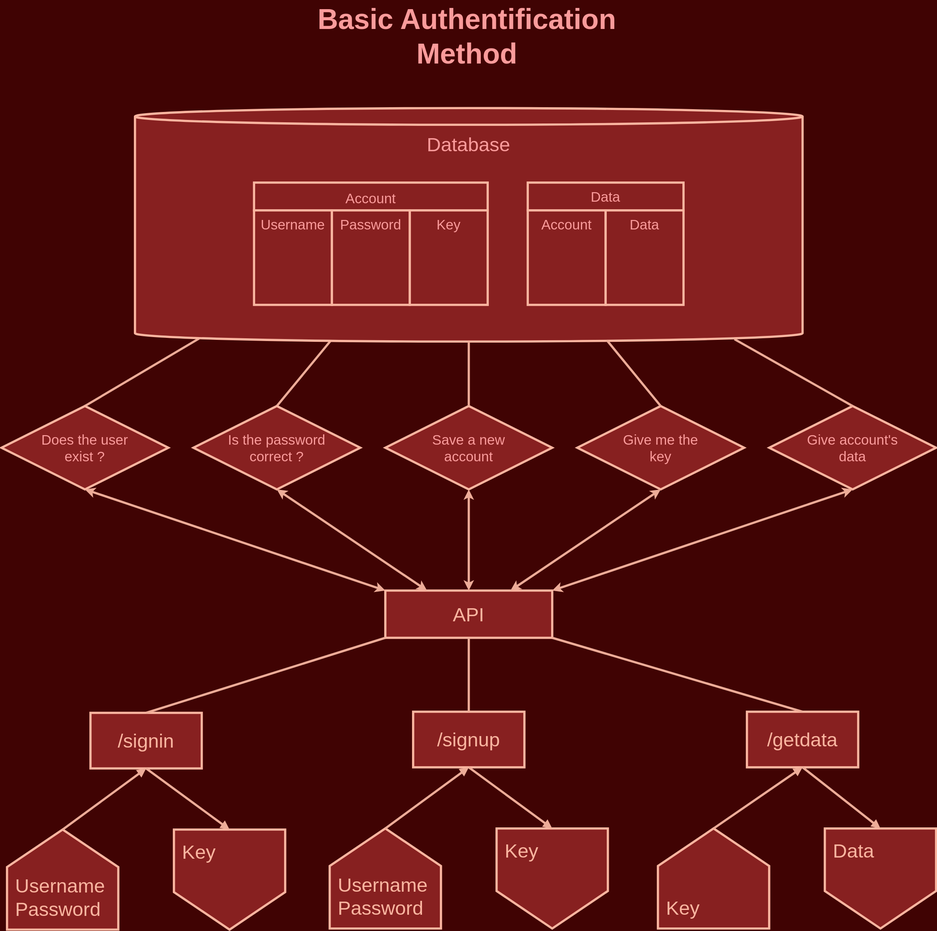
Earlier version of the draw.io export diagrams/basicauth.drawio.svg (HamzaM3/book-wishlist). Source tidied: cells renumbered, new cells last; positions are measured from the earlier drawing's top-left corner, leaving out a move shared by most shapes. Its diagram source:
```xml
<mxGraphModel background="#400303">
  <root>
    <mxCell id="0" />
    <mxCell id="1" parent="0" />
    <mxCell id="2" style="endArrow=none;html=1;rounded=0;fontSize=25;fontColor=#FA9B9B;exitX=0.5;exitY=0;exitDx=0;exitDy=0;strokeColor=#EDAC98;strokeWidth=4;entryX=0.293;entryY=0.997;entryDx=0;entryDy=0;entryPerimeter=0;" parent="1" edge="1" source="20" target="5">
      <mxGeometry relative="1" as="geometry" />
    </mxCell>
    <mxCell id="3" style="endArrow=none;html=1;rounded=0;fontSize=25;fontColor=#FA9B9B;exitX=0.5;exitY=0;exitDx=0;exitDy=0;strokeColor=#EDAC98;strokeWidth=4;entryX=0.096;entryY=0.987;entryDx=0;entryDy=0;entryPerimeter=0;" parent="1" edge="1" source="19" target="5">
      <mxGeometry relative="1" as="geometry" />
    </mxCell>
    <mxCell id="4" value="Basic Authentification Method" style="text;html=1;strokeColor=none;fillColor=none;align=center;verticalAlign=middle;whiteSpace=wrap;rounded=0;fontSize=51;fontColor=#FA9B9B;fontStyle=1;" parent="1" vertex="1">
      <mxGeometry x="502" width="670" height="130" as="geometry" />
    </mxCell>
    <mxCell id="5" style="shape=cylinder3;whiteSpace=wrap;html=1;boundedLbl=1;backgroundOutline=1;size=15;fontSize=51;fontColor=#FA9B9B;strokeColor=#FAB5A0;fillColor=#872020;strokeWidth=4;" parent="1" vertex="1">
      <mxGeometry x="240" y="194" width="1200" height="420" as="geometry" />
    </mxCell>
    <mxCell id="6" value="Database" style="text;html=1;strokeColor=none;fillColor=none;align=center;verticalAlign=middle;whiteSpace=wrap;rounded=0;fontSize=35;fontColor=#FA9B9B;" parent="1" vertex="1">
      <mxGeometry x="725" y="234" width="230" height="50" as="geometry" />
    </mxCell>
    <mxCell id="7" value="Data" style="rounded=0;whiteSpace=wrap;html=1;strokeColor=#FAB5A0;strokeWidth=4;fontSize=25;fontColor=#FA9B9B;fillColor=#872020;" parent="1" vertex="1">
      <mxGeometry x="946" y="328" width="280" height="50" as="geometry" />
    </mxCell>
    <mxCell id="8" style="rounded=0;whiteSpace=wrap;html=1;strokeColor=#FAB5A0;strokeWidth=4;fontSize=35;fontColor=#FA9B9B;fillColor=#872020;" parent="1" vertex="1">
      <mxGeometry x="946" y="378" width="140" height="170" as="geometry" />
    </mxCell>
    <mxCell id="9" style="rounded=0;whiteSpace=wrap;html=1;strokeColor=#FAB5A0;strokeWidth=4;fontSize=35;fontColor=#FA9B9B;fillColor=#872020;" parent="1" vertex="1">
      <mxGeometry x="1086" y="378" width="140" height="170" as="geometry" />
    </mxCell>
    <mxCell id="10" value="Account" style="text;html=1;strokeColor=none;fillColor=none;align=center;verticalAlign=middle;whiteSpace=wrap;rounded=0;fontSize=25;fontColor=#FA9B9B;" parent="1" vertex="1">
      <mxGeometry x="986" y="388" width="60" height="30" as="geometry" />
    </mxCell>
    <mxCell id="11" value="Data" style="text;html=1;strokeColor=none;fillColor=none;align=center;verticalAlign=middle;whiteSpace=wrap;rounded=0;fontSize=25;fontColor=#FA9B9B;" parent="1" vertex="1">
      <mxGeometry x="1126" y="388" width="60" height="30" as="geometry" />
    </mxCell>
    <mxCell id="12" value="&lt;font style=&quot;font-size: 25px;&quot;&gt;Account&lt;/font&gt;" style="rounded=0;whiteSpace=wrap;html=1;strokeColor=#FAB5A0;strokeWidth=4;fontSize=35;fontColor=#FA9B9B;fillColor=#872020;" parent="1" vertex="1">
      <mxGeometry x="454" y="328" width="420" height="50" as="geometry" />
    </mxCell>
    <mxCell id="13" style="rounded=0;whiteSpace=wrap;html=1;strokeColor=#FAB5A0;strokeWidth=4;fontSize=35;fontColor=#FA9B9B;fillColor=#872020;" parent="1" vertex="1">
      <mxGeometry x="454" y="378" width="140" height="170" as="geometry" />
    </mxCell>
    <mxCell id="14" style="rounded=0;whiteSpace=wrap;html=1;strokeColor=#FAB5A0;strokeWidth=4;fontSize=35;fontColor=#FA9B9B;fillColor=#872020;" parent="1" vertex="1">
      <mxGeometry x="594" y="378" width="140" height="170" as="geometry" />
    </mxCell>
    <mxCell id="15" style="rounded=0;whiteSpace=wrap;html=1;strokeColor=#FAB5A0;strokeWidth=4;fontSize=35;fontColor=#FA9B9B;fillColor=#872020;" parent="1" vertex="1">
      <mxGeometry x="734" y="378" width="140" height="170" as="geometry" />
    </mxCell>
    <mxCell id="16" value="Username" style="text;html=1;strokeColor=none;fillColor=none;align=center;verticalAlign=middle;whiteSpace=wrap;rounded=0;fontSize=25;fontColor=#FA9B9B;" parent="1" vertex="1">
      <mxGeometry x="494" y="388" width="60" height="30" as="geometry" />
    </mxCell>
    <mxCell id="17" value="Password" style="text;html=1;strokeColor=none;fillColor=none;align=center;verticalAlign=middle;whiteSpace=wrap;rounded=0;fontSize=25;fontColor=#FA9B9B;" parent="1" vertex="1">
      <mxGeometry x="634" y="388" width="60" height="30" as="geometry" />
    </mxCell>
    <mxCell id="18" value="Key" style="text;html=1;strokeColor=none;fillColor=none;align=center;verticalAlign=middle;whiteSpace=wrap;rounded=0;fontSize=25;fontColor=#FA9B9B;" parent="1" vertex="1">
      <mxGeometry x="774" y="388" width="60" height="30" as="geometry" />
    </mxCell>
    <mxCell id="19" value="&lt;div&gt;Does the user&lt;/div&gt;&lt;div&gt;exist ?&lt;/div&gt;" style="rhombus;whiteSpace=wrap;html=1;strokeColor=#FAB5A0;strokeWidth=4;fontSize=25;fontColor=#FA9B9B;fillColor=#872020;" parent="1" vertex="1">
      <mxGeometry y="730" width="300" height="150" as="geometry" />
    </mxCell>
    <mxCell id="20" value="&lt;div&gt;Is the password&lt;/div&gt;&lt;div&gt;correct ?&lt;/div&gt;" style="rhombus;whiteSpace=wrap;html=1;strokeColor=#FAB5A0;strokeWidth=4;fontSize=25;fontColor=#FA9B9B;fillColor=#872020;" parent="1" vertex="1">
      <mxGeometry x="345" y="730" width="300" height="150" as="geometry" />
    </mxCell>
    <mxCell id="21" value="&lt;div&gt;Save a new&lt;/div&gt;&lt;div&gt;account&lt;/div&gt;" style="rhombus;whiteSpace=wrap;html=1;strokeColor=#FAB5A0;strokeWidth=4;fontSize=25;fontColor=#FA9B9B;fillColor=#872020;" parent="1" vertex="1">
      <mxGeometry x="690" y="730" width="300" height="150" as="geometry" />
    </mxCell>
    <mxCell id="22" value="&lt;div&gt;Give me the&lt;/div&gt;&lt;div&gt;key&lt;/div&gt;" style="rhombus;whiteSpace=wrap;html=1;strokeColor=#FAB5A0;strokeWidth=4;fontSize=25;fontColor=#FA9B9B;fillColor=#872020;" parent="1" vertex="1">
      <mxGeometry x="1035" y="730" width="300" height="150" as="geometry" />
    </mxCell>
    <mxCell id="23" value="&lt;div&gt;Give account's&lt;/div&gt;&lt;div&gt;data&lt;/div&gt;" style="rhombus;whiteSpace=wrap;html=1;strokeColor=#FAB5A0;strokeWidth=4;fontSize=25;fontColor=#FA9B9B;fillColor=#872020;" parent="1" vertex="1">
      <mxGeometry x="1380" y="730" width="300" height="150" as="geometry" />
    </mxCell>
    <mxCell id="24" style="endArrow=none;html=1;rounded=0;fontSize=25;fontColor=#FA9B9B;exitX=0.5;exitY=0;exitDx=0;exitDy=0;strokeColor=#EDAC98;strokeWidth=4;entryX=0.5;entryY=1;entryDx=0;entryDy=0;entryPerimeter=0;" parent="1" edge="1" source="21" target="5">
      <mxGeometry relative="1" as="geometry" />
    </mxCell>
    <mxCell id="25" style="endArrow=none;html=1;rounded=0;fontSize=25;fontColor=#FA9B9B;exitX=0.5;exitY=0;exitDx=0;exitDy=0;strokeColor=#EDAC98;strokeWidth=4;entryX=0.707;entryY=0.995;entryDx=0;entryDy=0;entryPerimeter=0;" parent="1" edge="1" source="22" target="5">
      <mxGeometry relative="1" as="geometry" />
    </mxCell>
    <mxCell id="26" style="endArrow=none;html=1;rounded=0;fontSize=25;fontColor=#FA9B9B;exitX=0.5;exitY=0;exitDx=0;exitDy=0;strokeColor=#EDAC98;strokeWidth=4;entryX=0.898;entryY=0.99;entryDx=0;entryDy=0;entryPerimeter=0;" parent="1" edge="1" source="23" target="5">
      <mxGeometry relative="1" as="geometry" />
    </mxCell>
    <mxCell id="27" value="&lt;font style=&quot;font-size: 35px;&quot;&gt;API&lt;/font&gt;" style="rounded=0;whiteSpace=wrap;html=1;strokeColor=#FAB5A0;strokeWidth=4;fontSize=35;fontColor=#FAB5A0;fillColor=#872020;" parent="1" vertex="1">
      <mxGeometry x="690" y="1062" width="300" height="85" as="geometry" />
    </mxCell>
    <mxCell id="28" style="endArrow=classic;startArrow=classic;html=1;rounded=0;labelBackgroundColor=#4C40FF;strokeColor=#EDAC98;strokeWidth=4;fontSize=25;fontColor=#7D3734;entryX=0.5;entryY=1;entryDx=0;entryDy=0;exitX=0.5;exitY=0;exitDx=0;exitDy=0;" parent="1" edge="1" source="27" target="21">
      <mxGeometry relative="1" as="geometry" />
    </mxCell>
    <mxCell id="29" style="endArrow=classic;startArrow=classic;html=1;rounded=0;labelBackgroundColor=#4C40FF;strokeColor=#EDAC98;strokeWidth=4;fontSize=25;fontColor=#7D3734;entryX=0.5;entryY=1;entryDx=0;entryDy=0;exitX=0.75;exitY=0;exitDx=0;exitDy=0;" parent="1" edge="1" source="27" target="22">
      <mxGeometry relative="1" as="geometry" />
    </mxCell>
    <mxCell id="30" style="endArrow=classic;startArrow=classic;html=1;rounded=0;labelBackgroundColor=#4C40FF;strokeColor=#EDAC98;strokeWidth=4;fontSize=25;fontColor=#7D3734;entryX=0.5;entryY=1;entryDx=0;entryDy=0;exitX=1;exitY=0;exitDx=0;exitDy=0;" parent="1" edge="1" source="27" target="23">
      <mxGeometry relative="1" as="geometry" />
    </mxCell>
    <mxCell id="31" style="endArrow=classic;startArrow=classic;html=1;rounded=0;labelBackgroundColor=#4C40FF;strokeColor=#EDAC98;strokeWidth=4;fontSize=25;fontColor=#7D3734;entryX=0.5;entryY=1;entryDx=0;entryDy=0;exitX=0;exitY=0;exitDx=0;exitDy=0;" parent="1" edge="1" source="27" target="19">
      <mxGeometry relative="1" as="geometry" />
    </mxCell>
    <mxCell id="32" style="endArrow=classic;startArrow=classic;html=1;rounded=0;labelBackgroundColor=#4C40FF;strokeColor=#EDAC98;strokeWidth=4;fontSize=25;fontColor=#7D3734;entryX=0.5;entryY=1;entryDx=0;entryDy=0;exitX=0.25;exitY=0;exitDx=0;exitDy=0;" parent="1" edge="1" source="27" target="20">
      <mxGeometry relative="1" as="geometry" />
    </mxCell>
    <mxCell id="33" value="/signin" style="rounded=0;whiteSpace=wrap;html=1;strokeColor=#FAB5A0;strokeWidth=4;fontSize=35;fontColor=#FAB5A0;fillColor=#872020;" parent="1" vertex="1">
      <mxGeometry x="160" y="1282" width="200" height="100" as="geometry" />
    </mxCell>
    <mxCell id="34" value="&lt;div&gt;Username&lt;/div&gt;&lt;div&gt;Password&lt;br&gt;&lt;/div&gt;" style="shape=offPageConnector;whiteSpace=wrap;html=1;strokeColor=#FAB5A0;strokeWidth=4;fontSize=35;fontColor=#FAB5A0;fillColor=#872020;verticalAlign=bottom;align=left;spacingTop=0;spacingLeft=0;flipV=1;spacing=15;" parent="1" vertex="1">
      <mxGeometry x="10" y="1492" width="200" height="180" as="geometry" />
    </mxCell>
    <mxCell id="35" value="Key" style="shape=offPageConnector;whiteSpace=wrap;html=1;strokeColor=#FAB5A0;strokeWidth=4;fontSize=35;fontColor=#FAB5A0;fillColor=#872020;verticalAlign=top;align=left;spacingTop=0;spacingLeft=0;flipV=0;spacing=15;" parent="1" vertex="1">
      <mxGeometry x="310" y="1492" width="200" height="180" as="geometry" />
    </mxCell>
    <mxCell id="36" style="endArrow=block;html=1;rounded=0;labelBackgroundColor=#4C40FF;strokeColor=#EDAC98;strokeWidth=4;fontSize=35;fontColor=#FAB5A0;exitX=0.5;exitY=0;exitDx=0;exitDy=0;entryX=0.5;entryY=1;entryDx=0;entryDy=0;endFill=1;" parent="1" edge="1" source="34" target="33">
      <mxGeometry relative="1" as="geometry" />
    </mxCell>
    <mxCell id="37" style="endArrow=block;html=1;rounded=0;labelBackgroundColor=#4C40FF;strokeColor=#EDAC98;strokeWidth=4;fontSize=35;fontColor=#FAB5A0;exitX=0.5;exitY=1;exitDx=0;exitDy=0;entryX=0.5;entryY=0;entryDx=0;entryDy=0;endFill=1;" parent="1" edge="1" source="33" target="35">
      <mxGeometry relative="1" as="geometry" />
    </mxCell>
    <mxCell id="38" value="&lt;div&gt;/signup&lt;/div&gt;" style="rounded=0;whiteSpace=wrap;html=1;strokeColor=#FAB5A0;strokeWidth=4;fontSize=35;fontColor=#FAB5A0;fillColor=#872020;" parent="1" vertex="1">
      <mxGeometry x="740" y="1280" width="200" height="100" as="geometry" />
    </mxCell>
    <mxCell id="39" value="&lt;div&gt;Username&lt;/div&gt;&lt;div&gt;Password&lt;br&gt;&lt;/div&gt;" style="shape=offPageConnector;whiteSpace=wrap;html=1;strokeColor=#FAB5A0;strokeWidth=4;fontSize=35;fontColor=#FAB5A0;fillColor=#872020;verticalAlign=bottom;align=left;spacingTop=0;spacingLeft=0;flipV=1;spacing=15;" parent="1" vertex="1">
      <mxGeometry x="590" y="1490" width="200" height="180" as="geometry" />
    </mxCell>
    <mxCell id="40" value="Key" style="shape=offPageConnector;whiteSpace=wrap;html=1;strokeColor=#FAB5A0;strokeWidth=4;fontSize=35;fontColor=#FAB5A0;fillColor=#872020;verticalAlign=top;align=left;spacingTop=0;spacingLeft=0;flipV=0;spacing=15;" parent="1" vertex="1">
      <mxGeometry x="890" y="1490" width="200" height="180" as="geometry" />
    </mxCell>
    <mxCell id="41" style="endArrow=block;html=1;rounded=0;labelBackgroundColor=#4C40FF;strokeColor=#EDAC98;strokeWidth=4;fontSize=35;fontColor=#FAB5A0;exitX=0.5;exitY=0;exitDx=0;exitDy=0;entryX=0.5;entryY=1;entryDx=0;entryDy=0;endFill=1;" parent="1" edge="1" source="39" target="38">
      <mxGeometry relative="1" as="geometry" />
    </mxCell>
    <mxCell id="42" style="endArrow=block;html=1;rounded=0;labelBackgroundColor=#4C40FF;strokeColor=#EDAC98;strokeWidth=4;fontSize=35;fontColor=#FAB5A0;exitX=0.5;exitY=1;exitDx=0;exitDy=0;entryX=0.5;entryY=0;entryDx=0;entryDy=0;endFill=1;" parent="1" edge="1" source="38" target="40">
      <mxGeometry relative="1" as="geometry" />
    </mxCell>
    <mxCell id="43" value="&lt;div&gt;/getdata&lt;/div&gt;" style="rounded=0;whiteSpace=wrap;html=1;strokeColor=#FAB5A0;strokeWidth=4;fontSize=35;fontColor=#FAB5A0;fillColor=#872020;" parent="1" vertex="1">
      <mxGeometry x="1340" y="1280" width="200" height="100" as="geometry" />
    </mxCell>
    <mxCell id="44" value="Key" style="shape=offPageConnector;whiteSpace=wrap;html=1;strokeColor=#FAB5A0;strokeWidth=4;fontSize=35;fontColor=#FAB5A0;fillColor=#872020;verticalAlign=bottom;align=left;spacingTop=0;spacingLeft=0;flipV=1;spacing=15;" parent="1" vertex="1">
      <mxGeometry x="1180" y="1490" width="200" height="180" as="geometry" />
    </mxCell>
    <mxCell id="45" value="Data" style="shape=offPageConnector;whiteSpace=wrap;html=1;strokeColor=#FAB5A0;strokeWidth=4;fontSize=35;fontColor=#FAB5A0;fillColor=#872020;verticalAlign=top;align=left;spacingTop=0;spacingLeft=0;flipV=0;spacing=15;" parent="1" vertex="1">
      <mxGeometry x="1480" y="1490" width="200" height="180" as="geometry" />
    </mxCell>
    <mxCell id="46" style="endArrow=block;html=1;rounded=0;labelBackgroundColor=#4C40FF;strokeColor=#EDAC98;strokeWidth=4;fontSize=35;fontColor=#FAB5A0;exitX=0.5;exitY=0;exitDx=0;exitDy=0;entryX=0.5;entryY=1;entryDx=0;entryDy=0;endFill=1;" parent="1" edge="1" source="44" target="43">
      <mxGeometry relative="1" as="geometry" />
    </mxCell>
    <mxCell id="47" style="endArrow=block;html=1;rounded=0;labelBackgroundColor=#4C40FF;strokeColor=#EDAC98;strokeWidth=4;fontSize=35;fontColor=#FAB5A0;exitX=0.5;exitY=1;exitDx=0;exitDy=0;entryX=0.5;entryY=0;entryDx=0;entryDy=0;endFill=1;" parent="1" edge="1" source="43" target="45">
      <mxGeometry relative="1" as="geometry" />
    </mxCell>
    <mxCell id="48" style="endArrow=none;html=1;rounded=0;labelBackgroundColor=#4C40FF;strokeColor=#EDAC98;strokeWidth=4;fontSize=35;fontColor=#FAB5A0;exitX=0.5;exitY=0;exitDx=0;exitDy=0;entryX=0;entryY=1;entryDx=0;entryDy=0;" parent="1" edge="1" source="33" target="27">
      <mxGeometry relative="1" as="geometry" />
    </mxCell>
    <mxCell id="49" style="endArrow=none;html=1;rounded=0;labelBackgroundColor=#4C40FF;strokeColor=#EDAC98;strokeWidth=4;fontSize=35;fontColor=#FAB5A0;exitX=0.5;exitY=0;exitDx=0;exitDy=0;entryX=0.5;entryY=1;entryDx=0;entryDy=0;" parent="1" edge="1" source="38" target="27">
      <mxGeometry relative="1" as="geometry" />
    </mxCell>
    <mxCell id="50" style="endArrow=none;html=1;rounded=0;labelBackgroundColor=#4C40FF;strokeColor=#EDAC98;strokeWidth=4;fontSize=35;fontColor=#FAB5A0;exitX=0.5;exitY=0;exitDx=0;exitDy=0;entryX=1;entryY=1;entryDx=0;entryDy=0;" parent="1" edge="1" source="43" target="27">
      <mxGeometry relative="1" as="geometry" />
    </mxCell>
  </root>
</mxGraphModel>
```
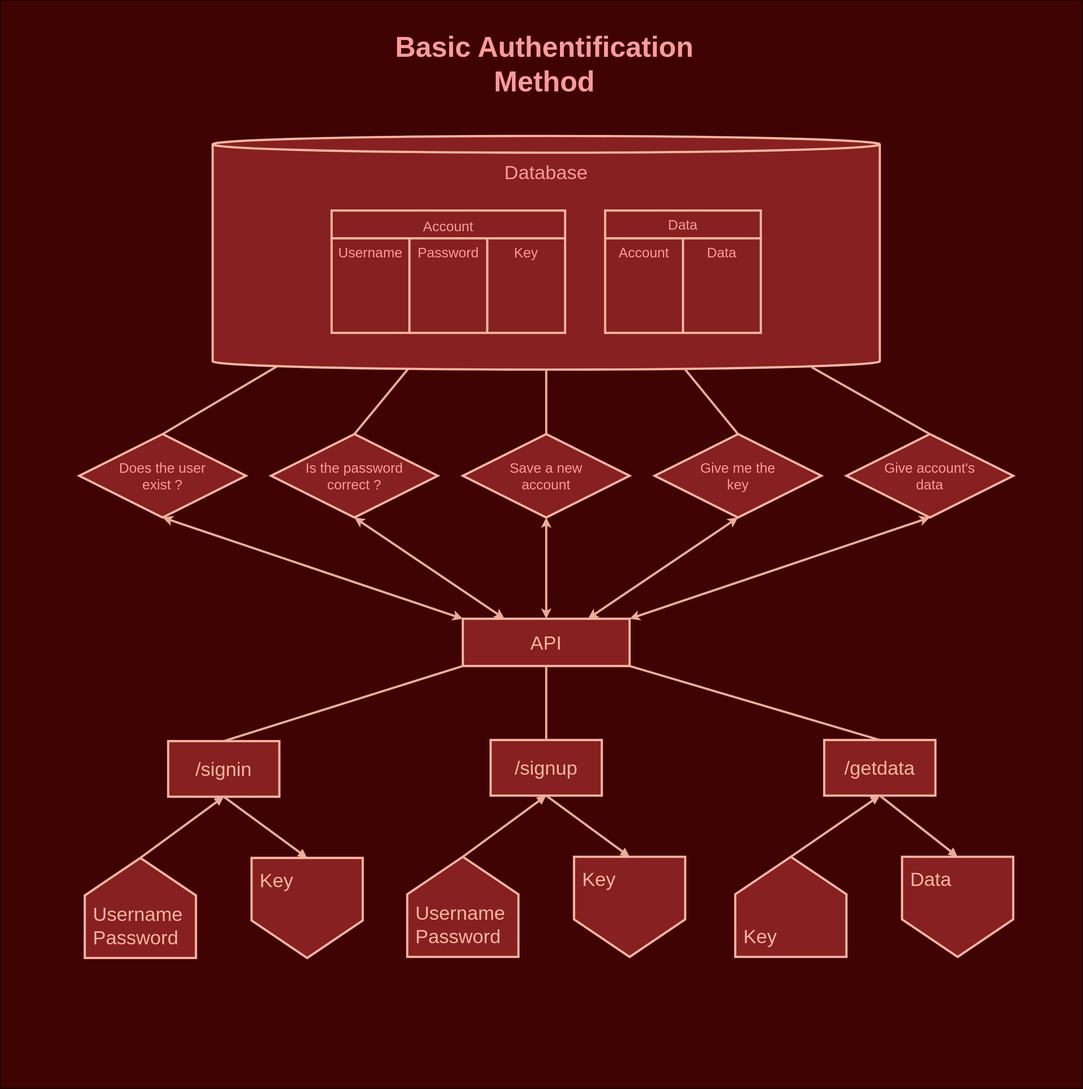
Later version of the same file.

Diff of the diagram source:
```diff
@@ -2,6 +2,9 @@
   <root>
     <mxCell id="0" />
     <mxCell id="1" parent="0" />
+    <mxCell id="51" style="rounded=0;whiteSpace=wrap;html=1;fillColor=#400303;" parent="1" vertex="1">
+      <mxGeometry x="-142" y="-50" width="1946" height="1956" as="geometry" />
+    </mxCell>
     <mxCell id="2" style="endArrow=none;html=1;rounded=0;fontSize=25;fontColor=#FA9B9B;exitX=0.5;exitY=0;exitDx=0;exitDy=0;strokeColor=#EDAC98;strokeWidth=4;entryX=0.293;entryY=0.997;entryDx=0;entryDy=0;entryPerimeter=0;" parent="1" edge="1" source="20" target="5">
       <mxGeometry relative="1" as="geometry" />
     </mxCell>
```
